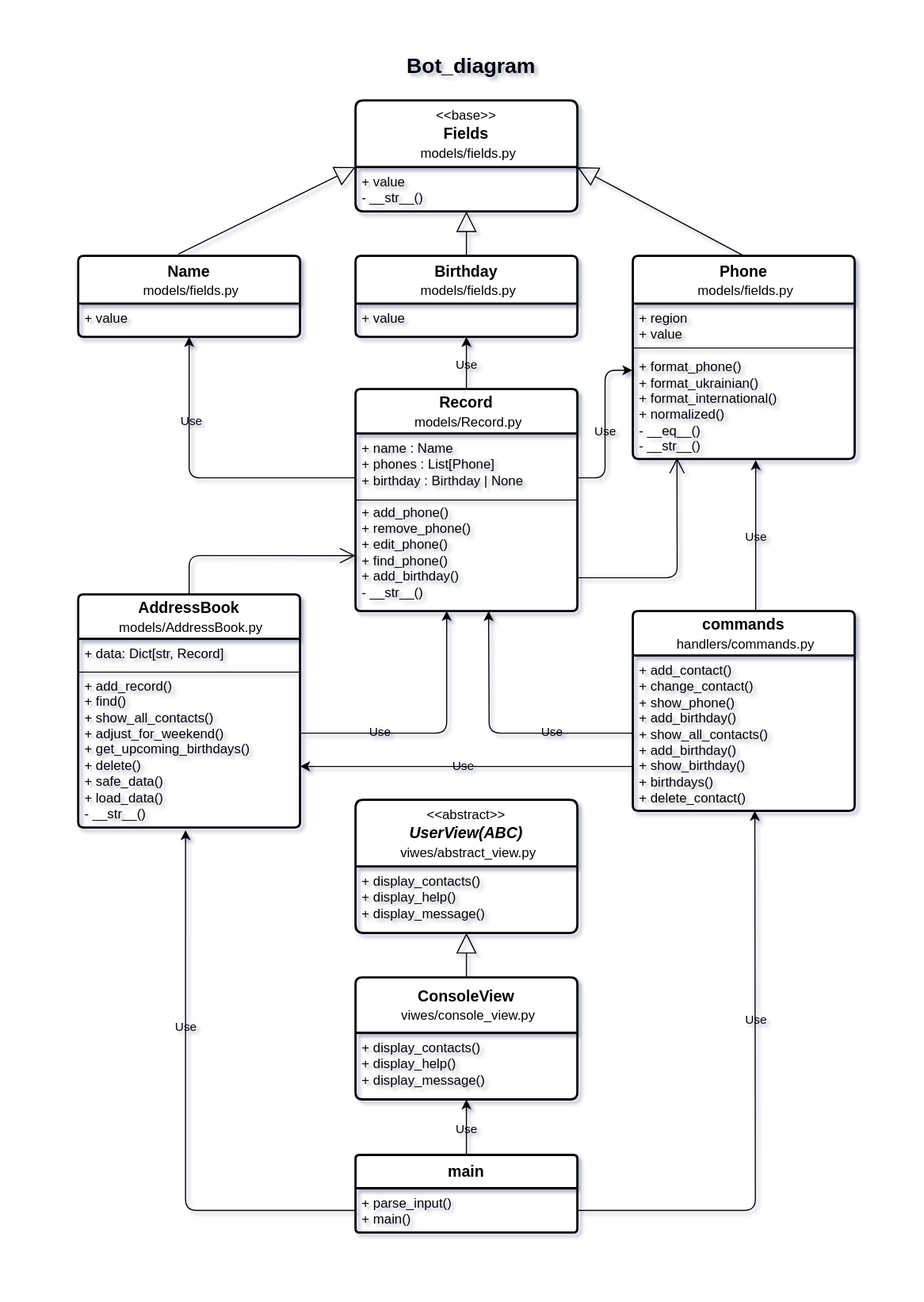
Earlier version of the draw.io export Bot_diagram.svg (TarnavskyAndrew/goit-web-hw-09). Source tidied: cells renumbered, new cells last; positions are measured from the earlier drawing's top-left corner, leaving out a move shared by most shapes.
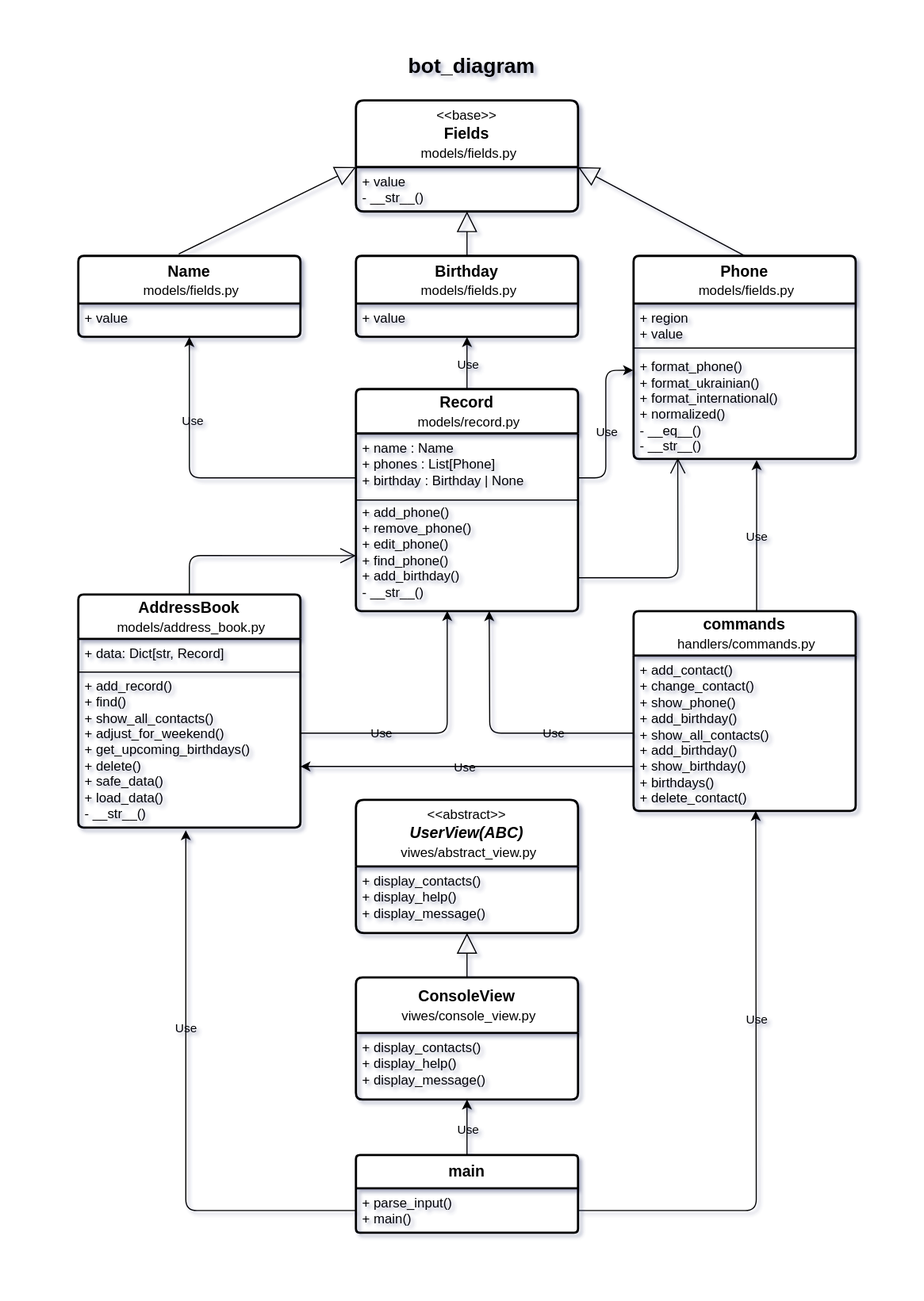
Later version of the same file.

Commit message:
UPDATE bot_diagram

Change to the diagram source:
```diff
@@ -57,7 +57,7 @@
     <mxCell id="17" value="&lt;div style=&quot;&quot;&gt;&lt;div&gt;+&amp;nbsp;&lt;span style=&quot;text-align: center; text-wrap-mode: nowrap; background-color: transparent; color: light-dark(rgb(0, 0, 0), rgb(255, 255, 255));&quot;&gt;value&lt;/span&gt;&lt;/div&gt;&lt;div&gt;&lt;br&gt;&lt;/div&gt;&lt;/div&gt;" style="align=left;strokeColor=none;fillColor=none;spacingLeft=4;spacingRight=4;fontSize=12;verticalAlign=top;html=1;whiteSpace=wrap;labelBackgroundColor=none;rounded=1;" parent="16" vertex="1">
       <mxGeometry y="43" width="200" height="30" as="geometry" />
     </mxCell>
-    <mxCell id="18" value="&lt;b&gt;AddressBook&lt;/b&gt;&lt;div&gt;&lt;div&gt;&lt;div&gt;&lt;b&gt;&amp;nbsp;&lt;/b&gt;&lt;font style=&quot;font-size: 12px;&quot;&gt;models/AddressBook.py&lt;/font&gt;&lt;/div&gt;&lt;/div&gt;&lt;/div&gt;" style="swimlane;horizontal=1;startSize=40;rounded=1;fontSize=14;fontStyle=0;strokeWidth=2;shadow=0;dashed=0;align=center;arcSize=4;whiteSpace=wrap;html=1;labelBackgroundColor=none;" parent="1" vertex="1">
+    <mxCell id="18" value="&lt;b&gt;AddressBook&lt;/b&gt;&lt;div&gt;&lt;div&gt;&lt;div&gt;&lt;b&gt;&amp;nbsp;&lt;/b&gt;&lt;font style=&quot;font-size: 12px;&quot;&gt;models/address_book.py&lt;/font&gt;&lt;/div&gt;&lt;/div&gt;&lt;/div&gt;" style="swimlane;horizontal=1;startSize=40;rounded=1;fontSize=14;fontStyle=0;strokeWidth=2;shadow=0;dashed=0;align=center;arcSize=4;whiteSpace=wrap;html=1;labelBackgroundColor=none;" parent="1" vertex="1">
       <mxGeometry x="70" y="535" width="200" height="210" as="geometry" />
     </mxCell>
     <mxCell id="19" style="endArrow=none;html=1;rounded=1;labelBackgroundColor=none;fontColor=default;" parent="18" edge="1" target="20">
@@ -154,7 +154,7 @@
     <mxCell id="46" value="Use" style="edgeLabel;html=1;align=center;verticalAlign=middle;labelBackgroundColor=none;rounded=1;" parent="45" vertex="1">
       <mxGeometry x="0.28" relative="1" as="geometry" />
     </mxCell>
-    <mxCell id="47" value="Bot_diagram" style="text;html=1;align=center;verticalAlign=middle;strokeColor=none;fillColor=none;fontStyle=1;fontSize=19;labelBackgroundColor=none;rounded=1;" parent="1" vertex="1">
+    <mxCell id="47" value="bot_diagram" style="text;html=1;align=center;verticalAlign=middle;strokeColor=none;fillColor=none;fontStyle=1;fontSize=19;labelBackgroundColor=none;rounded=1;" parent="1" vertex="1">
       <mxGeometry x="359" y="40" width="130" height="40" as="geometry" />
     </mxCell>
     <mxCell id="48" style="endArrow=block;endSize=16;endFill=0;html=1;rounded=1;labelBackgroundColor=none;fontColor=default;exitX=0.5;exitY=0;exitDx=0;exitDy=0;" parent="1" edge="1" source="27">
@@ -189,7 +189,7 @@
     <mxCell id="53" style="group;" parent="1" vertex="1">
       <mxGeometry x="320" y="350" width="200" height="200" as="geometry" />
     </mxCell>
-    <mxCell id="54" value="&lt;b&gt;Record&lt;/b&gt;&lt;br&gt;&lt;div&gt;&lt;div&gt;&lt;b&gt;&amp;nbsp;&lt;/b&gt;&lt;font style=&quot;font-size: 12px;&quot;&gt;models/Record.py&lt;/font&gt;&lt;/div&gt;&lt;/div&gt;" style="swimlane;horizontal=1;startSize=40;rounded=1;fontSize=14;fontStyle=0;strokeWidth=2;shadow=0;dashed=0;align=center;arcSize=4;whiteSpace=wrap;html=1;labelBackgroundColor=none;" parent="53" vertex="1">
+    <mxCell id="54" value="&lt;b&gt;Record&lt;/b&gt;&lt;br&gt;&lt;div&gt;&lt;div&gt;&lt;b&gt;&amp;nbsp;&lt;/b&gt;&lt;font style=&quot;font-size: 12px;&quot;&gt;models/record.py&lt;/font&gt;&lt;/div&gt;&lt;/div&gt;" style="swimlane;horizontal=1;startSize=40;rounded=1;fontSize=14;fontStyle=0;strokeWidth=2;shadow=0;dashed=0;align=center;arcSize=4;whiteSpace=wrap;html=1;labelBackgroundColor=none;" parent="53" vertex="1">
       <mxGeometry width="200" height="200" as="geometry" />
     </mxCell>
     <mxCell id="55" value="&lt;div style=&quot;&quot;&gt;&lt;span style=&quot;text-align: center; text-wrap-mode: nowrap;&quot;&gt;+ name : Name&lt;/span&gt;&lt;/div&gt;&lt;div style=&quot;&quot;&gt;&lt;span style=&quot;text-align: center; text-wrap-mode: nowrap;&quot;&gt;+ phones :&amp;nbsp;&lt;/span&gt;&lt;span style=&quot;background-color: transparent; text-wrap-mode: nowrap;&quot;&gt;List[Phone]&lt;/span&gt;&lt;/div&gt;&lt;div style=&quot;&quot;&gt;&lt;span style=&quot;text-align: center; text-wrap-mode: nowrap;&quot;&gt;+ birthday :&amp;nbsp;&lt;/span&gt;&lt;span style=&quot;background-color: transparent; text-wrap-mode: nowrap;&quot;&gt;Birthday | None&lt;/span&gt;&lt;/div&gt;&lt;div style=&quot;&quot;&gt;&lt;span style=&quot;background-color: transparent; color: light-dark(rgb(0, 0, 0), rgb(255, 255, 255));&quot;&gt;&lt;br&gt;&lt;/span&gt;&lt;/div&gt;&lt;div style=&quot;&quot;&gt;&lt;span style=&quot;background-color: transparent; color: light-dark(rgb(0, 0, 0), rgb(255, 255, 255));&quot;&gt;+ add_phone()&lt;/span&gt;&lt;/div&gt;&lt;div style=&quot;&quot;&gt;+ remove_phone()&lt;/div&gt;&lt;div style=&quot;&quot;&gt;+ edit_phone()&lt;/div&gt;&lt;div style=&quot;&quot;&gt;+ find_phone()&lt;/div&gt;&lt;div style=&quot;&quot;&gt;+ add_birthday()&lt;/div&gt;&lt;div style=&quot;&quot;&gt;- __str__()&lt;/div&gt;" style="align=left;strokeColor=none;fillColor=none;spacingLeft=4;spacingRight=4;fontSize=12;verticalAlign=top;html=1;whiteSpace=wrap;labelBackgroundColor=none;rounded=1;" parent="53" vertex="1">
```
